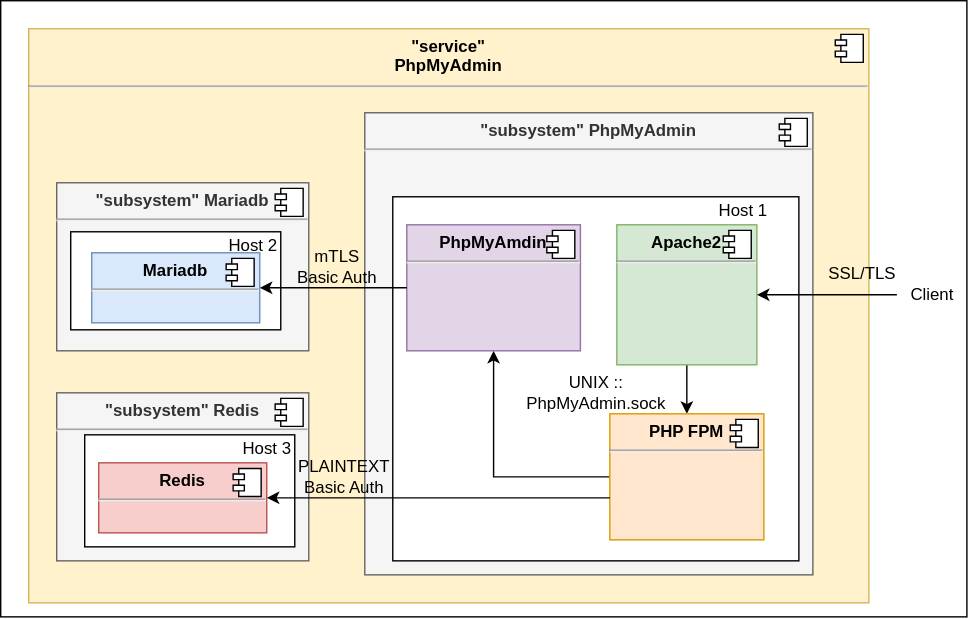
Before: assets/Ansible-Playbook-Labocbz-Deploy-PhpMyAdmin.drawio.svg, a diagram exported from draw.io (CBZ-D-velop/Ansible-Playbook-Labocbz-Deploy-PhpMyAdmin). Source tidied: cells renumbered, new cells last; positions are measured from the earlier drawing's top-left corner, leaving out a move shared by most shapes. Source of this version:
```xml
<mxGraphModel>
  <root>
    <mxCell id="0" />
    <mxCell id="1" parent="0" />
    <mxCell id="2" style="rounded=0;whiteSpace=wrap;html=1;" parent="1" vertex="1">
      <mxGeometry width="690" height="440" as="geometry" />
    </mxCell>
    <mxCell id="3" value="&lt;p style=&quot;margin:0px;margin-top:6px;text-align:center;&quot;&gt;&lt;b&gt;&quot;service&quot;&lt;br&gt;PhpMyAdmin&lt;/b&gt;&lt;/p&gt;&lt;hr&gt;&lt;p style=&quot;margin:0px;margin-left:8px;&quot;&gt;&lt;br&gt;&lt;/p&gt;" style="align=left;overflow=fill;html=1;whiteSpace=wrap;fillColor=#fff2cc;strokeColor=#d6b656;" parent="1" vertex="1">
      <mxGeometry x="20" y="20" width="600" height="410" as="geometry" />
    </mxCell>
    <mxCell id="4" style="shape=component;jettyWidth=8;jettyHeight=4;" parent="3" vertex="1">
      <mxGeometry x="1" width="20" height="20" relative="1" as="geometry">
        <mxPoint x="-24" y="4" as="offset" />
      </mxGeometry>
    </mxCell>
    <mxCell id="5" value="&lt;p style=&quot;margin:0px;margin-top:6px;text-align:center;&quot;&gt;&lt;b&gt;&quot;subsystem&quot; Mariadb&lt;/b&gt;&lt;/p&gt;&lt;hr&gt;&lt;p style=&quot;margin:0px;margin-left:8px;&quot;&gt;&lt;br&gt;&lt;/p&gt;" style="align=left;overflow=fill;html=1;whiteSpace=wrap;fillColor=#f5f5f5;fontColor=#333333;strokeColor=#666666;" parent="1" vertex="1">
      <mxGeometry x="40" y="130" width="180" height="120" as="geometry" />
    </mxCell>
    <mxCell id="6" style="shape=component;jettyWidth=8;jettyHeight=4;" parent="5" vertex="1">
      <mxGeometry x="1" width="20" height="20" relative="1" as="geometry">
        <mxPoint x="-24" y="4" as="offset" />
      </mxGeometry>
    </mxCell>
    <mxCell id="7" value="&lt;p style=&quot;margin:0px;margin-top:6px;text-align:center;&quot;&gt;&lt;b&gt;&quot;subsystem&quot; PhpMyAdmin&lt;/b&gt;&lt;/p&gt;&lt;hr&gt;&lt;p style=&quot;margin:0px;margin-left:8px;&quot;&gt;&lt;br&gt;&lt;/p&gt;" style="align=left;overflow=fill;html=1;whiteSpace=wrap;fillColor=#f5f5f5;fontColor=#333333;strokeColor=#666666;" parent="1" vertex="1">
      <mxGeometry x="260" y="80" width="320" height="330" as="geometry" />
    </mxCell>
    <mxCell id="8" style="shape=component;jettyWidth=8;jettyHeight=4;" parent="7" vertex="1">
      <mxGeometry x="1" width="20" height="20" relative="1" as="geometry">
        <mxPoint x="-24" y="4" as="offset" />
      </mxGeometry>
    </mxCell>
    <mxCell id="9" value="mTLS&lt;br&gt;Basic Auth" style="text;html=1;align=center;verticalAlign=middle;strokeColor=none;fillColor=none;" parent="1" vertex="1">
      <mxGeometry x="200" y="170" width="80" height="40" as="geometry" />
    </mxCell>
    <mxCell id="10" value="SSL/TLS" style="text;html=1;align=center;verticalAlign=middle;strokeColor=none;fillColor=none;" parent="1" vertex="1">
      <mxGeometry x="580" y="180" width="70" height="30" as="geometry" />
    </mxCell>
    <mxCell id="11" value="Client" style="text;html=1;align=center;verticalAlign=middle;points=[];strokeColor=none;fillColor=none;" parent="1" vertex="1">
      <mxGeometry x="640" y="195" width="50" height="30" as="geometry" />
    </mxCell>
    <mxCell id="12" style="rounded=0;whiteSpace=wrap;html=1;" parent="1" vertex="1">
      <mxGeometry x="280" y="140" width="290" height="260" as="geometry" />
    </mxCell>
    <mxCell id="13" value="UNIX ::&lt;br&gt;PhpMyAdmin.sock" style="text;html=1;align=center;verticalAlign=middle;strokeColor=none;fillColor=none;" parent="1" vertex="1">
      <mxGeometry x="365" y="260" width="120" height="40" as="geometry" />
    </mxCell>
    <mxCell id="14" style="edgeStyle=orthogonalEdgeStyle;rounded=0;jettySize=auto;html=1;entryX=0.5;entryY=0;entryDx=0;entryDy=0;" parent="1" edge="1" source="15" target="19">
      <mxGeometry relative="1" as="geometry" />
    </mxCell>
    <mxCell id="15" value="&lt;p style=&quot;margin:0px;margin-top:6px;text-align:center;&quot;&gt;&lt;b&gt;Apache2&lt;/b&gt;&lt;/p&gt;&lt;hr&gt;&lt;p style=&quot;margin:0px;margin-left:8px;&quot;&gt;&lt;br&gt;&lt;/p&gt;" style="align=left;overflow=fill;html=1;whiteSpace=wrap;fillColor=#d5e8d4;strokeColor=#82b366;" parent="1" vertex="1">
      <mxGeometry x="440" y="160" width="100" height="100" as="geometry" />
    </mxCell>
    <mxCell id="16" style="shape=component;jettyWidth=8;jettyHeight=4;" parent="15" vertex="1">
      <mxGeometry x="1" width="20" height="20" relative="1" as="geometry">
        <mxPoint x="-24" y="4" as="offset" />
      </mxGeometry>
    </mxCell>
    <mxCell id="17" style="edgeStyle=orthogonalEdgeStyle;rounded=0;jettySize=auto;html=1;" parent="1" edge="1" source="11" target="15">
      <mxGeometry relative="1" as="geometry" />
    </mxCell>
    <mxCell id="18" style="edgeStyle=orthogonalEdgeStyle;rounded=0;jettySize=auto;html=1;" parent="1" edge="1" source="19" target="22">
      <mxGeometry relative="1" as="geometry" />
    </mxCell>
    <mxCell id="19" value="&lt;p style=&quot;margin:0px;margin-top:6px;text-align:center;&quot;&gt;&lt;b&gt;PHP FPM&lt;/b&gt;&lt;/p&gt;&lt;hr&gt;&lt;p style=&quot;margin:0px;margin-left:8px;&quot;&gt;&lt;br&gt;&lt;/p&gt;" style="align=left;overflow=fill;html=1;whiteSpace=wrap;fillColor=#ffe6cc;strokeColor=#d79b00;" parent="1" vertex="1">
      <mxGeometry x="435" y="295" width="110" height="90" as="geometry" />
    </mxCell>
    <mxCell id="20" style="shape=component;jettyWidth=8;jettyHeight=4;" parent="19" vertex="1">
      <mxGeometry x="1" width="20" height="20" relative="1" as="geometry">
        <mxPoint x="-24" y="4" as="offset" />
      </mxGeometry>
    </mxCell>
    <mxCell id="21" value="Host 1" style="text;html=1;align=center;verticalAlign=middle;strokeColor=none;fillColor=none;" parent="1" vertex="1">
      <mxGeometry x="500" y="135" width="60" height="30" as="geometry" />
    </mxCell>
    <mxCell id="22" value="&lt;p style=&quot;margin:0px;margin-top:6px;text-align:center;&quot;&gt;&lt;b&gt;PhpMyAmdin&lt;/b&gt;&lt;/p&gt;&lt;hr&gt;&lt;p style=&quot;margin:0px;margin-left:8px;&quot;&gt;&lt;br&gt;&lt;/p&gt;" style="align=left;overflow=fill;html=1;whiteSpace=wrap;fillColor=#e1d5e7;strokeColor=#9673a6;" parent="1" vertex="1">
      <mxGeometry x="290" y="160" width="124" height="90" as="geometry" />
    </mxCell>
    <mxCell id="23" style="shape=component;jettyWidth=8;jettyHeight=4;" parent="22" vertex="1">
      <mxGeometry x="1" width="20" height="20" relative="1" as="geometry">
        <mxPoint x="-24" y="4" as="offset" />
      </mxGeometry>
    </mxCell>
    <mxCell id="24" value="&lt;p style=&quot;margin:0px;margin-top:6px;text-align:center;&quot;&gt;&lt;b&gt;&quot;subsystem&quot; Redis&lt;/b&gt;&lt;/p&gt;&lt;hr&gt;&lt;p style=&quot;margin:0px;margin-left:8px;&quot;&gt;&lt;br&gt;&lt;/p&gt;" style="align=left;overflow=fill;html=1;whiteSpace=wrap;fillColor=#f5f5f5;fontColor=#333333;strokeColor=#666666;" parent="1" vertex="1">
      <mxGeometry x="40" y="280" width="180" height="120" as="geometry" />
    </mxCell>
    <mxCell id="25" style="shape=component;jettyWidth=8;jettyHeight=4;" parent="24" vertex="1">
      <mxGeometry x="1" width="20" height="20" relative="1" as="geometry">
        <mxPoint x="-24" y="4" as="offset" />
      </mxGeometry>
    </mxCell>
    <mxCell id="26" style="rounded=0;whiteSpace=wrap;html=1;" parent="1" vertex="1">
      <mxGeometry x="50" y="165" width="150" height="70" as="geometry" />
    </mxCell>
    <mxCell id="27" value="&lt;p style=&quot;margin:0px;margin-top:6px;text-align:center;&quot;&gt;&lt;b&gt;Mariadb&lt;/b&gt;&lt;/p&gt;&lt;hr&gt;&lt;p style=&quot;margin:0px;margin-left:8px;&quot;&gt;&lt;br&gt;&lt;/p&gt;" style="align=left;overflow=fill;html=1;whiteSpace=wrap;fillColor=#dae8fc;strokeColor=#6c8ebf;" parent="1" vertex="1">
      <mxGeometry x="65" y="180" width="120" height="50" as="geometry" />
    </mxCell>
    <mxCell id="28" style="shape=component;jettyWidth=8;jettyHeight=4;" parent="27" vertex="1">
      <mxGeometry x="1" width="20" height="20" relative="1" as="geometry">
        <mxPoint x="-24" y="4" as="offset" />
      </mxGeometry>
    </mxCell>
    <mxCell id="29" value="Host 2" style="text;html=1;align=center;verticalAlign=middle;strokeColor=none;fillColor=none;" parent="1" vertex="1">
      <mxGeometry x="150" y="160" width="60" height="30" as="geometry" />
    </mxCell>
    <mxCell id="30" style="rounded=0;whiteSpace=wrap;html=1;" parent="1" vertex="1">
      <mxGeometry x="60" y="310" width="150" height="80" as="geometry" />
    </mxCell>
    <mxCell id="31" value="Host 3" style="text;html=1;align=center;verticalAlign=middle;strokeColor=none;fillColor=none;" parent="1" vertex="1">
      <mxGeometry x="160" y="305" width="60" height="30" as="geometry" />
    </mxCell>
    <mxCell id="32" value="&lt;p style=&quot;margin:0px;margin-top:6px;text-align:center;&quot;&gt;&lt;b&gt;Redis&lt;/b&gt;&lt;/p&gt;&lt;hr&gt;&lt;p style=&quot;margin:0px;margin-left:8px;&quot;&gt;&lt;br&gt;&lt;/p&gt;" style="align=left;overflow=fill;html=1;whiteSpace=wrap;fillColor=#f8cecc;strokeColor=#b85450;" parent="1" vertex="1">
      <mxGeometry x="70" y="330" width="120" height="50" as="geometry" />
    </mxCell>
    <mxCell id="33" style="shape=component;jettyWidth=8;jettyHeight=4;" parent="32" vertex="1">
      <mxGeometry x="1" width="20" height="20" relative="1" as="geometry">
        <mxPoint x="-24" y="4" as="offset" />
      </mxGeometry>
    </mxCell>
    <mxCell id="34" style="edgeStyle=orthogonalEdgeStyle;rounded=0;jettySize=auto;html=1;entryX=1;entryY=0.5;entryDx=0;entryDy=0;" parent="1" edge="1" source="19" target="32">
      <mxGeometry relative="1" as="geometry">
        <Array as="points">
          <mxPoint x="370" y="355" />
          <mxPoint x="370" y="355" />
        </Array>
      </mxGeometry>
    </mxCell>
    <mxCell id="35" style="edgeStyle=orthogonalEdgeStyle;rounded=0;jettySize=auto;html=1;" parent="1" edge="1" source="22" target="27">
      <mxGeometry relative="1" as="geometry" />
    </mxCell>
    <mxCell id="36" value="PLAINTEXT&lt;br&gt;Basic Auth" style="text;html=1;align=center;verticalAlign=middle;strokeColor=none;fillColor=none;" parent="1" vertex="1">
      <mxGeometry x="200" y="320" width="90" height="40" as="geometry" />
    </mxCell>
  </root>
</mxGraphModel>
```
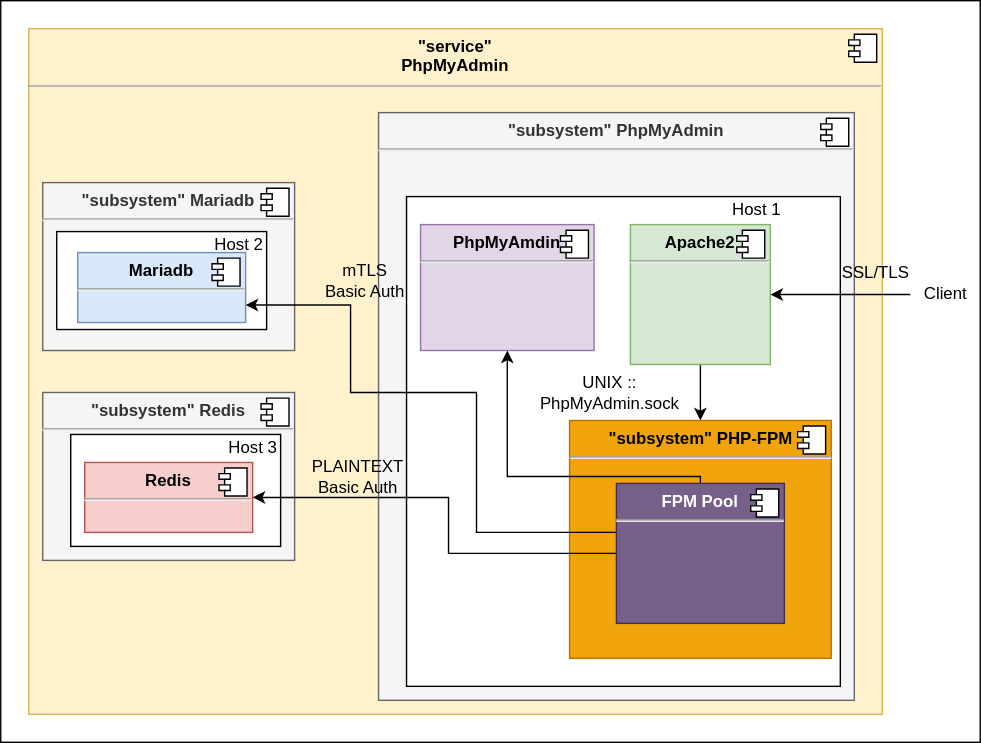
After the change.

Diff of the diagram source:
```diff
@@ -3,10 +3,10 @@
     <mxCell id="0" />
     <mxCell id="1" parent="0" />
     <mxCell id="2" style="rounded=0;whiteSpace=wrap;html=1;" parent="1" vertex="1">
-      <mxGeometry width="690" height="440" as="geometry" />
+      <mxGeometry x="-10" width="700" height="530" as="geometry" />
     </mxCell>
     <mxCell id="3" value="&lt;p style=&quot;margin:0px;margin-top:6px;text-align:center;&quot;&gt;&lt;b&gt;&quot;service&quot;&lt;br&gt;PhpMyAdmin&lt;/b&gt;&lt;/p&gt;&lt;hr&gt;&lt;p style=&quot;margin:0px;margin-left:8px;&quot;&gt;&lt;br&gt;&lt;/p&gt;" style="align=left;overflow=fill;html=1;whiteSpace=wrap;fillColor=#fff2cc;strokeColor=#d6b656;" parent="1" vertex="1">
-      <mxGeometry x="20" y="20" width="600" height="410" as="geometry" />
+      <mxGeometry x="10" y="20" width="610" height="490" as="geometry" />
     </mxCell>
     <mxCell id="4" style="shape=component;jettyWidth=8;jettyHeight=4;" parent="3" vertex="1">
       <mxGeometry x="1" width="20" height="20" relative="1" as="geometry">
@@ -14,7 +14,7 @@
       </mxGeometry>
     </mxCell>
     <mxCell id="5" value="&lt;p style=&quot;margin:0px;margin-top:6px;text-align:center;&quot;&gt;&lt;b&gt;&quot;subsystem&quot; Mariadb&lt;/b&gt;&lt;/p&gt;&lt;hr&gt;&lt;p style=&quot;margin:0px;margin-left:8px;&quot;&gt;&lt;br&gt;&lt;/p&gt;" style="align=left;overflow=fill;html=1;whiteSpace=wrap;fillColor=#f5f5f5;fontColor=#333333;strokeColor=#666666;" parent="1" vertex="1">
-      <mxGeometry x="40" y="130" width="180" height="120" as="geometry" />
+      <mxGeometry x="20" y="130" width="180" height="120" as="geometry" />
     </mxCell>
     <mxCell id="6" style="shape=component;jettyWidth=8;jettyHeight=4;" parent="5" vertex="1">
       <mxGeometry x="1" width="20" height="20" relative="1" as="geometry">
@@ -22,7 +22,7 @@
       </mxGeometry>
     </mxCell>
     <mxCell id="7" value="&lt;p style=&quot;margin:0px;margin-top:6px;text-align:center;&quot;&gt;&lt;b&gt;&quot;subsystem&quot; PhpMyAdmin&lt;/b&gt;&lt;/p&gt;&lt;hr&gt;&lt;p style=&quot;margin:0px;margin-left:8px;&quot;&gt;&lt;br&gt;&lt;/p&gt;" style="align=left;overflow=fill;html=1;whiteSpace=wrap;fillColor=#f5f5f5;fontColor=#333333;strokeColor=#666666;" parent="1" vertex="1">
-      <mxGeometry x="260" y="80" width="320" height="330" as="geometry" />
+      <mxGeometry x="260" y="80" width="340" height="420" as="geometry" />
     </mxCell>
     <mxCell id="8" style="shape=component;jettyWidth=8;jettyHeight=4;" parent="7" vertex="1">
       <mxGeometry x="1" width="20" height="20" relative="1" as="geometry">
@@ -30,7 +30,7 @@
       </mxGeometry>
     </mxCell>
     <mxCell id="9" value="mTLS&lt;br&gt;Basic Auth" style="text;html=1;align=center;verticalAlign=middle;strokeColor=none;fillColor=none;" parent="1" vertex="1">
-      <mxGeometry x="200" y="170" width="80" height="40" as="geometry" />
+      <mxGeometry x="210" y="180" width="80" height="40" as="geometry" />
     </mxCell>
     <mxCell id="10" value="SSL/TLS" style="text;html=1;align=center;verticalAlign=middle;strokeColor=none;fillColor=none;" parent="1" vertex="1">
       <mxGeometry x="580" y="180" width="70" height="30" as="geometry" />
@@ -39,14 +39,14 @@
       <mxGeometry x="640" y="195" width="50" height="30" as="geometry" />
     </mxCell>
     <mxCell id="12" style="rounded=0;whiteSpace=wrap;html=1;" parent="1" vertex="1">
-      <mxGeometry x="280" y="140" width="290" height="260" as="geometry" />
+      <mxGeometry x="280" y="140" width="310" height="350" as="geometry" />
     </mxCell>
     <mxCell id="13" value="UNIX ::&lt;br&gt;PhpMyAdmin.sock" style="text;html=1;align=center;verticalAlign=middle;strokeColor=none;fillColor=none;" parent="1" vertex="1">
       <mxGeometry x="365" y="260" width="120" height="40" as="geometry" />
     </mxCell>
-    <mxCell id="14" style="edgeStyle=orthogonalEdgeStyle;rounded=0;jettySize=auto;html=1;entryX=0.5;entryY=0;entryDx=0;entryDy=0;" parent="1" edge="1" source="15" target="19">
-      <mxGeometry relative="1" as="geometry" />
-    </mxCell>
+    <mxCell id="37" style="edgeStyle=orthogonalEdgeStyle;rounded=0;jettySize=auto;html=1;" parent="1" edge="1" source="15" target="38">
+      <mxGeometry relative="1" as="geometry" />
+    </mxCell>
     <mxCell id="15" value="&lt;p style=&quot;margin:0px;margin-top:6px;text-align:center;&quot;&gt;&lt;b&gt;Apache2&lt;/b&gt;&lt;/p&gt;&lt;hr&gt;&lt;p style=&quot;margin:0px;margin-left:8px;&quot;&gt;&lt;br&gt;&lt;/p&gt;" style="align=left;overflow=fill;html=1;whiteSpace=wrap;fillColor=#d5e8d4;strokeColor=#82b366;" parent="1" vertex="1">
       <mxGeometry x="440" y="160" width="100" height="100" as="geometry" />
     </mxCell>
@@ -58,17 +58,6 @@
     <mxCell id="17" style="edgeStyle=orthogonalEdgeStyle;rounded=0;jettySize=auto;html=1;" parent="1" edge="1" source="11" target="15">
       <mxGeometry relative="1" as="geometry" />
     </mxCell>
-    <mxCell id="18" style="edgeStyle=orthogonalEdgeStyle;rounded=0;jettySize=auto;html=1;" parent="1" edge="1" source="19" target="22">
-      <mxGeometry relative="1" as="geometry" />
-    </mxCell>
-    <mxCell id="19" value="&lt;p style=&quot;margin:0px;margin-top:6px;text-align:center;&quot;&gt;&lt;b&gt;PHP FPM&lt;/b&gt;&lt;/p&gt;&lt;hr&gt;&lt;p style=&quot;margin:0px;margin-left:8px;&quot;&gt;&lt;br&gt;&lt;/p&gt;" style="align=left;overflow=fill;html=1;whiteSpace=wrap;fillColor=#ffe6cc;strokeColor=#d79b00;" parent="1" vertex="1">
-      <mxGeometry x="435" y="295" width="110" height="90" as="geometry" />
-    </mxCell>
-    <mxCell id="20" style="shape=component;jettyWidth=8;jettyHeight=4;" parent="19" vertex="1">
-      <mxGeometry x="1" width="20" height="20" relative="1" as="geometry">
-        <mxPoint x="-24" y="4" as="offset" />
-      </mxGeometry>
-    </mxCell>
     <mxCell id="21" value="Host 1" style="text;html=1;align=center;verticalAlign=middle;strokeColor=none;fillColor=none;" parent="1" vertex="1">
       <mxGeometry x="500" y="135" width="60" height="30" as="geometry" />
     </mxCell>
@@ -81,7 +70,7 @@
       </mxGeometry>
     </mxCell>
     <mxCell id="24" value="&lt;p style=&quot;margin:0px;margin-top:6px;text-align:center;&quot;&gt;&lt;b&gt;&quot;subsystem&quot; Redis&lt;/b&gt;&lt;/p&gt;&lt;hr&gt;&lt;p style=&quot;margin:0px;margin-left:8px;&quot;&gt;&lt;br&gt;&lt;/p&gt;" style="align=left;overflow=fill;html=1;whiteSpace=wrap;fillColor=#f5f5f5;fontColor=#333333;strokeColor=#666666;" parent="1" vertex="1">
-      <mxGeometry x="40" y="280" width="180" height="120" as="geometry" />
+      <mxGeometry x="20" y="280" width="180" height="120" as="geometry" />
     </mxCell>
     <mxCell id="25" style="shape=component;jettyWidth=8;jettyHeight=4;" parent="24" vertex="1">
       <mxGeometry x="1" width="20" height="20" relative="1" as="geometry">
@@ -89,10 +78,10 @@
       </mxGeometry>
     </mxCell>
     <mxCell id="26" style="rounded=0;whiteSpace=wrap;html=1;" parent="1" vertex="1">
-      <mxGeometry x="50" y="165" width="150" height="70" as="geometry" />
+      <mxGeometry x="30" y="165" width="150" height="70" as="geometry" />
     </mxCell>
     <mxCell id="27" value="&lt;p style=&quot;margin:0px;margin-top:6px;text-align:center;&quot;&gt;&lt;b&gt;Mariadb&lt;/b&gt;&lt;/p&gt;&lt;hr&gt;&lt;p style=&quot;margin:0px;margin-left:8px;&quot;&gt;&lt;br&gt;&lt;/p&gt;" style="align=left;overflow=fill;html=1;whiteSpace=wrap;fillColor=#dae8fc;strokeColor=#6c8ebf;" parent="1" vertex="1">
-      <mxGeometry x="65" y="180" width="120" height="50" as="geometry" />
+      <mxGeometry x="45" y="180" width="120" height="50" as="geometry" />
     </mxCell>
     <mxCell id="28" style="shape=component;jettyWidth=8;jettyHeight=4;" parent="27" vertex="1">
       <mxGeometry x="1" width="20" height="20" relative="1" as="geometry">
@@ -100,35 +89,66 @@
       </mxGeometry>
     </mxCell>
     <mxCell id="29" value="Host 2" style="text;html=1;align=center;verticalAlign=middle;strokeColor=none;fillColor=none;" parent="1" vertex="1">
-      <mxGeometry x="150" y="160" width="60" height="30" as="geometry" />
+      <mxGeometry x="130" y="160" width="60" height="30" as="geometry" />
     </mxCell>
     <mxCell id="30" style="rounded=0;whiteSpace=wrap;html=1;" parent="1" vertex="1">
-      <mxGeometry x="60" y="310" width="150" height="80" as="geometry" />
+      <mxGeometry x="40" y="310" width="150" height="80" as="geometry" />
     </mxCell>
     <mxCell id="31" value="Host 3" style="text;html=1;align=center;verticalAlign=middle;strokeColor=none;fillColor=none;" parent="1" vertex="1">
-      <mxGeometry x="160" y="305" width="60" height="30" as="geometry" />
+      <mxGeometry x="140" y="305" width="60" height="30" as="geometry" />
     </mxCell>
     <mxCell id="32" value="&lt;p style=&quot;margin:0px;margin-top:6px;text-align:center;&quot;&gt;&lt;b&gt;Redis&lt;/b&gt;&lt;/p&gt;&lt;hr&gt;&lt;p style=&quot;margin:0px;margin-left:8px;&quot;&gt;&lt;br&gt;&lt;/p&gt;" style="align=left;overflow=fill;html=1;whiteSpace=wrap;fillColor=#f8cecc;strokeColor=#b85450;" parent="1" vertex="1">
-      <mxGeometry x="70" y="330" width="120" height="50" as="geometry" />
+      <mxGeometry x="50" y="330" width="120" height="50" as="geometry" />
     </mxCell>
     <mxCell id="33" style="shape=component;jettyWidth=8;jettyHeight=4;" parent="32" vertex="1">
       <mxGeometry x="1" width="20" height="20" relative="1" as="geometry">
         <mxPoint x="-24" y="4" as="offset" />
       </mxGeometry>
     </mxCell>
-    <mxCell id="34" style="edgeStyle=orthogonalEdgeStyle;rounded=0;jettySize=auto;html=1;entryX=1;entryY=0.5;entryDx=0;entryDy=0;" parent="1" edge="1" source="19" target="32">
-      <mxGeometry relative="1" as="geometry">
-        <Array as="points">
-          <mxPoint x="370" y="355" />
-          <mxPoint x="370" y="355" />
-        </Array>
-      </mxGeometry>
-    </mxCell>
-    <mxCell id="35" style="edgeStyle=orthogonalEdgeStyle;rounded=0;jettySize=auto;html=1;" parent="1" edge="1" source="22" target="27">
-      <mxGeometry relative="1" as="geometry" />
-    </mxCell>
     <mxCell id="36" value="PLAINTEXT&lt;br&gt;Basic Auth" style="text;html=1;align=center;verticalAlign=middle;strokeColor=none;fillColor=none;" parent="1" vertex="1">
       <mxGeometry x="200" y="320" width="90" height="40" as="geometry" />
     </mxCell>
+    <mxCell id="38" value="&lt;p style=&quot;margin:0px;margin-top:6px;text-align:center;&quot;&gt;&lt;b&gt;&quot;subsystem&quot; PHP-FPM&lt;/b&gt;&lt;/p&gt;&lt;hr&gt;&lt;p style=&quot;margin:0px;margin-left:8px;&quot;&gt;&lt;br&gt;&lt;/p&gt;" style="align=left;overflow=fill;html=1;whiteSpace=wrap;fillColor=#f0a30a;strokeColor=#BD7000;fontColor=#000000;" parent="1" vertex="1">
+      <mxGeometry x="396.5" y="300" width="187" height="170" as="geometry" />
+    </mxCell>
+    <mxCell id="39" style="shape=component;jettyWidth=8;jettyHeight=4;" parent="38" vertex="1">
+      <mxGeometry x="1" width="20" height="20" relative="1" as="geometry">
+        <mxPoint x="-24" y="4" as="offset" />
+      </mxGeometry>
+    </mxCell>
+    <mxCell id="40" style="edgeStyle=orthogonalEdgeStyle;rounded=0;jettySize=auto;html=1;entryX=1;entryY=0.5;entryDx=0;entryDy=0;" parent="1" edge="1" source="43" target="32">
+      <mxGeometry relative="1" as="geometry">
+        <Array as="points">
+          <mxPoint x="310" y="395" />
+          <mxPoint x="310" y="355" />
+        </Array>
+      </mxGeometry>
+    </mxCell>
+    <mxCell id="41" style="edgeStyle=orthogonalEdgeStyle;rounded=0;jettySize=auto;html=1;entryX=1;entryY=0.75;entryDx=0;entryDy=0;" parent="1" edge="1" source="43" target="27">
+      <mxGeometry relative="1" as="geometry">
+        <Array as="points">
+          <mxPoint x="330" y="380" />
+          <mxPoint x="330" y="280" />
+          <mxPoint x="240" y="280" />
+          <mxPoint x="240" y="218" />
+        </Array>
+      </mxGeometry>
+    </mxCell>
+    <mxCell id="42" style="edgeStyle=orthogonalEdgeStyle;rounded=0;jettySize=auto;html=1;" parent="1" edge="1" source="43" target="22">
+      <mxGeometry relative="1" as="geometry">
+        <Array as="points">
+          <mxPoint x="490" y="340" />
+          <mxPoint x="352" y="340" />
+        </Array>
+      </mxGeometry>
+    </mxCell>
+    <mxCell id="43" value="&lt;p style=&quot;margin:0px;margin-top:6px;text-align:center;&quot;&gt;&lt;b&gt;FPM Pool&lt;/b&gt;&lt;/p&gt;&lt;hr&gt;&lt;p style=&quot;margin:0px;margin-left:8px;&quot;&gt;&lt;br&gt;&lt;/p&gt;" style="align=left;overflow=fill;html=1;whiteSpace=wrap;fillColor=#76608a;strokeColor=#432D57;fontColor=#ffffff;" parent="1" vertex="1">
+      <mxGeometry x="430" y="345" width="120" height="100" as="geometry" />
+    </mxCell>
+    <mxCell id="44" style="shape=component;jettyWidth=8;jettyHeight=4;" parent="43" vertex="1">
+      <mxGeometry x="1" width="20" height="20" relative="1" as="geometry">
+        <mxPoint x="-24" y="4" as="offset" />
+      </mxGeometry>
+    </mxCell>
   </root>
 </mxGraphModel>
```
